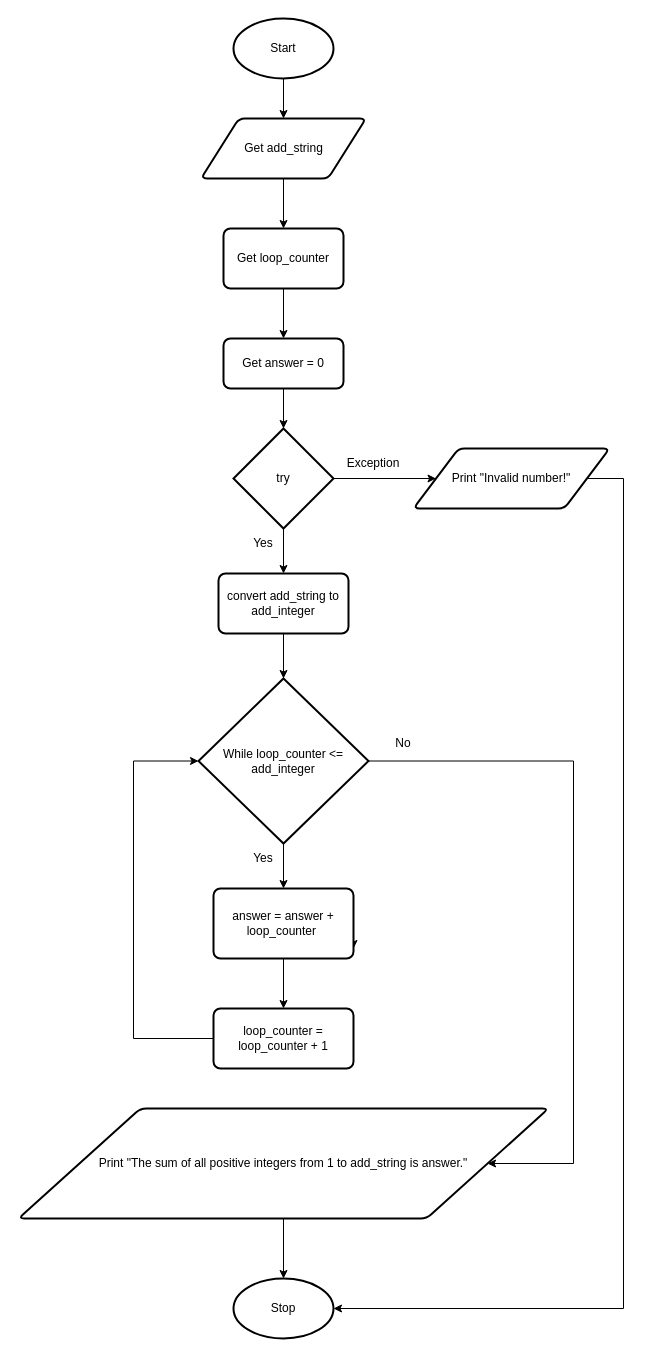
Yiyun-Qin/ICS3U-Unit4-03-Python keeps this draw.io diagram as design.flowchart.drawio. Above is the earlier version. Source tidied: cells renumbered, new cells numbered last; positions are measured from the earlier drawing's top-left corner, leaving out a move shared by most shapes. Both pictures are drawn from the tidied source at 100%, with x=0, y=0 at pixel (18, 18).
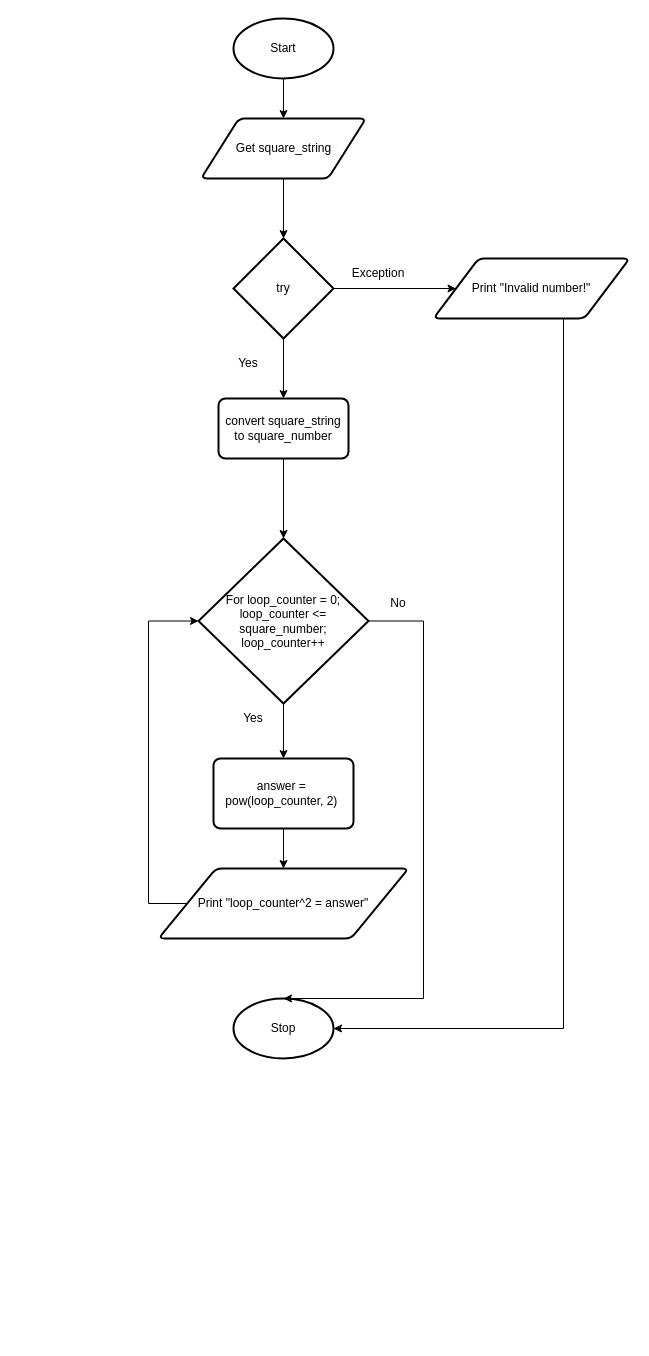
After the change.

Diff of the diagram source:
```diff
@@
-    <mxCell id="4" style="edgeStyle=none;html=1;exitX=0.5;exitY=1;exitDx=0;exitDy=0;entryX=0.5;entryY=0;entryDx=0;entryDy=0;" parent="1" edge="1" source="5" target="24">
-      <mxGeometry relative="1" as="geometry" />
-    </mxCell>
+    <mxCell id="32" style="edgeStyle=none;html=1;exitX=0.5;exitY=1;exitDx=0;exitDy=0;entryX=0.5;entryY=0;entryDx=0;entryDy=0;entryPerimeter=0;" parent="1" edge="1" source="5" target="11">
+      <mxGeometry relative="1" as="geometry" />
+    </mxCell>
-    <mxCell id="5" value="Get add_string" style="shape=parallelogram;html=1;strokeWidth=2;perimeter=parallelogramPerimeter;whiteSpace=wrap;rounded=1;arcSize=12;size=0.23;" parent="1" vertex="1">
+    <mxCell id="5" value="Get square_string" style="shape=parallelogram;html=1;strokeWidth=2;perimeter=parallelogramPerimeter;whiteSpace=wrap;rounded=1;arcSize=12;size=0.23;" parent="1" vertex="1">
       <mxGeometry x="182.5" y="100" width="165" height="60" as="geometry" />
     </mxCell>
     <mxCell id="6" value="Stop" style="strokeWidth=2;html=1;shape=mxgraph.flowchart.start_1;whiteSpace=wrap;" parent="1" vertex="1">
-      <mxGeometry x="215" y="1260" width="100" height="60" as="geometry" />
+      <mxGeometry x="215" y="980" width="100" height="60" as="geometry" />
     </mxCell>
     <mxCell id="7" value="Yes" style="text;html=1;strokeColor=none;fillColor=none;align=center;verticalAlign=middle;whiteSpace=wrap;rounded=0;" parent="1" vertex="1">
-      <mxGeometry x="215" y="510" width="60" height="30" as="geometry" />
+      <mxGeometry x="200" y="330" width="60" height="30" as="geometry" />
     </mxCell>
-    <mxCell id="8" value="No" style="text;html=1;strokeColor=none;fillColor=none;align=center;verticalAlign=middle;whiteSpace=wrap;rounded=0;" parent="1" vertex="1">
-      <mxGeometry x="355" y="710" width="60" height="30" as="geometry" />
-    </mxCell>
@@
     <mxCell id="11" value="try" style="strokeWidth=2;html=1;shape=mxgraph.flowchart.decision;whiteSpace=wrap;" parent="1" vertex="1">
-      <mxGeometry x="215" y="410" width="100" height="100" as="geometry" />
+      <mxGeometry x="215" y="220" width="100" height="100" as="geometry" />
     </mxCell>
@@
-    <mxCell id="13" value="convert add_string to add_integer" style="rounded=1;whiteSpace=wrap;html=1;absoluteArcSize=1;arcSize=14;strokeWidth=2;" parent="1" vertex="1">
-      <mxGeometry x="200" y="555" width="130" height="60" as="geometry" />
+    <mxCell id="13" value="convert square_string to square_number" style="rounded=1;whiteSpace=wrap;html=1;absoluteArcSize=1;arcSize=14;strokeWidth=2;" parent="1" vertex="1">
+      <mxGeometry x="200" y="380" width="130" height="60" as="geometry" />
     </mxCell>
-    <mxCell id="14" style="edgeStyle=orthogonalEdgeStyle;html=1;exitX=1;exitY=0.5;exitDx=0;exitDy=0;entryX=1;entryY=0.5;entryDx=0;entryDy=0;entryPerimeter=0;rounded=0;" parent="1" edge="1" source="15" target="6">
+    <mxCell id="14" style="edgeStyle=orthogonalEdgeStyle;rounded=0;html=1;exitX=1;exitY=0.5;exitDx=0;exitDy=0;entryX=1;entryY=0.5;entryDx=0;entryDy=0;entryPerimeter=0;" parent="1" edge="1" source="15" target="6">
       <mxGeometry relative="1" as="geometry">
         <Array as="points">
-          <mxPoint x="605" y="460" />
-          <mxPoint x="605" y="1290" />
+          <mxPoint x="545" y="270" />
+          <mxPoint x="545" y="1010" />
         </Array>
       </mxGeometry>
     </mxCell>
     <mxCell id="15" value="Print &quot;Invalid number!&quot;" style="shape=parallelogram;html=1;strokeWidth=2;perimeter=parallelogramPerimeter;whiteSpace=wrap;rounded=1;arcSize=12;size=0.23;" parent="1" vertex="1">
-      <mxGeometry x="395" y="430" width="196" height="60" as="geometry" />
+      <mxGeometry x="415" y="240" width="196" height="60" as="geometry" />
     </mxCell>
     <mxCell id="16" value="Exception" style="text;html=1;strokeColor=none;fillColor=none;align=center;verticalAlign=middle;whiteSpace=wrap;rounded=0;" parent="1" vertex="1">
-      <mxGeometry x="325" y="430" width="60" height="30" as="geometry" />
+      <mxGeometry x="330" y="240" width="60" height="30" as="geometry" />
     </mxCell>
@@
-    <mxCell id="18" style="edgeStyle=orthogonalEdgeStyle;rounded=0;html=1;exitX=1;exitY=0.5;exitDx=0;exitDy=0;exitPerimeter=0;entryX=1;entryY=0.5;entryDx=0;entryDy=0;" parent="1" edge="1" source="19" target="31">
-      <mxGeometry relative="1" as="geometry">
-        <Array as="points">
-          <mxPoint x="555" y="743" />
-          <mxPoint x="555" y="1145" />
-        </Array>
-      </mxGeometry>
-    </mxCell>
+    <mxCell id="33" style="edgeStyle=orthogonalEdgeStyle;rounded=0;html=1;exitX=1;exitY=0.5;exitDx=0;exitDy=0;exitPerimeter=0;entryX=0.5;entryY=0;entryDx=0;entryDy=0;entryPerimeter=0;" parent="1" edge="1" source="19" target="6">
+      <mxGeometry relative="1" as="geometry">
+        <Array as="points">
+          <mxPoint x="405" y="603" />
+          <mxPoint x="405" y="980" />
+        </Array>
+      </mxGeometry>
+    </mxCell>
-    <mxCell id="19" value="While loop_counter &amp;lt;= add_integer" style="strokeWidth=2;html=1;shape=mxgraph.flowchart.decision;whiteSpace=wrap;" parent="1" vertex="1">
-      <mxGeometry x="180" y="660" width="170" height="165" as="geometry" />
+    <mxCell id="19" value="For loop_counter = 0; loop_counter &amp;lt;= square_number; loop_counter++" style="strokeWidth=2;html=1;shape=mxgraph.flowchart.decision;whiteSpace=wrap;" parent="1" vertex="1">
+      <mxGeometry x="180" y="520" width="170" height="165" as="geometry" />
     </mxCell>
-    <mxCell id="20" style="edgeStyle=none;html=1;exitX=1;exitY=0.75;exitDx=0;exitDy=0;" parent="1" edge="1" source="22">
-      <mxGeometry relative="1" as="geometry">
-        <mxPoint x="335" y="930" as="targetPoint" />
-      </mxGeometry>
-    </mxCell>
-    <mxCell id="21" style="edgeStyle=none;html=1;exitX=0.5;exitY=1;exitDx=0;exitDy=0;entryX=0.5;entryY=0;entryDx=0;entryDy=0;" parent="1" edge="1" source="22" target="28">
-      <mxGeometry relative="1" as="geometry" />
-    </mxCell>
+    <mxCell id="34" style="edgeStyle=orthogonalEdgeStyle;rounded=0;html=1;exitX=0.5;exitY=1;exitDx=0;exitDy=0;entryX=0.5;entryY=0;entryDx=0;entryDy=0;" parent="1" edge="1" source="22" target="36">
+      <mxGeometry relative="1" as="geometry" />
+    </mxCell>
-    <mxCell id="22" value="answer = answer + loop_counter&amp;nbsp;" style="rounded=1;whiteSpace=wrap;html=1;absoluteArcSize=1;arcSize=14;strokeWidth=2;" parent="1" vertex="1">
-      <mxGeometry x="195" y="870" width="140" height="70" as="geometry" />
+    <mxCell id="22" value="answer =&amp;nbsp; pow(loop_counter, 2)&amp;nbsp;" style="rounded=1;whiteSpace=wrap;html=1;absoluteArcSize=1;arcSize=14;strokeWidth=2;" parent="1" vertex="1">
+      <mxGeometry x="195" y="740" width="140" height="70" as="geometry" />
     </mxCell>
-    <mxCell id="23" style="edgeStyle=none;html=1;exitX=0.5;exitY=1;exitDx=0;exitDy=0;entryX=0.5;entryY=0;entryDx=0;entryDy=0;" parent="1" edge="1" source="24" target="26">
-      <mxGeometry relative="1" as="geometry" />
-    </mxCell>
-    <mxCell id="24" value="Get loop_counter" style="rounded=1;whiteSpace=wrap;html=1;absoluteArcSize=1;arcSize=14;strokeWidth=2;" parent="1" vertex="1">
-      <mxGeometry x="205" y="210" width="120" height="60" as="geometry" />
-    </mxCell>
-    <mxCell id="25" style="edgeStyle=none;html=1;exitX=0.5;exitY=1;exitDx=0;exitDy=0;entryX=0.5;entryY=0;entryDx=0;entryDy=0;entryPerimeter=0;" parent="1" edge="1" source="26" target="11">
-      <mxGeometry relative="1" as="geometry" />
-    </mxCell>
-    <mxCell id="26" value="Get answer = 0" style="rounded=1;whiteSpace=wrap;html=1;absoluteArcSize=1;arcSize=14;strokeWidth=2;" parent="1" vertex="1">
-      <mxGeometry x="205" y="320" width="120" height="50" as="geometry" />
-    </mxCell>
-    <mxCell id="27" style="edgeStyle=orthogonalEdgeStyle;html=1;exitX=0;exitY=0.5;exitDx=0;exitDy=0;entryX=0;entryY=0.5;entryDx=0;entryDy=0;entryPerimeter=0;rounded=0;" parent="1" edge="1" source="28" target="19">
-      <mxGeometry relative="1" as="geometry">
-        <Array as="points">
-          <mxPoint x="115" y="1020" />
-          <mxPoint x="115" y="743" />
-        </Array>
-      </mxGeometry>
-    </mxCell>
-    <mxCell id="28" value="loop_counter = loop_counter + 1" style="rounded=1;whiteSpace=wrap;html=1;absoluteArcSize=1;arcSize=14;strokeWidth=2;" parent="1" vertex="1">
-      <mxGeometry x="195" y="990" width="140" height="60" as="geometry" />
-    </mxCell>
     <mxCell id="29" value="Yes" style="text;html=1;strokeColor=none;fillColor=none;align=center;verticalAlign=middle;whiteSpace=wrap;rounded=0;" parent="1" vertex="1">
-      <mxGeometry x="215" y="825" width="60" height="30" as="geometry" />
+      <mxGeometry x="205" y="685" width="60" height="30" as="geometry" />
     </mxCell>
-    <mxCell id="30" style="edgeStyle=orthogonalEdgeStyle;rounded=0;html=1;exitX=0.5;exitY=1;exitDx=0;exitDy=0;entryX=0.5;entryY=0;entryDx=0;entryDy=0;entryPerimeter=0;" parent="1" edge="1" source="31" target="6">
-      <mxGeometry relative="1" as="geometry" />
-    </mxCell>
-    <mxCell id="31" value="Print &quot;The sum of all positive integers from 1 to add_string is answer.&quot;" style="shape=parallelogram;html=1;strokeWidth=2;perimeter=parallelogramPerimeter;whiteSpace=wrap;rounded=1;arcSize=12;size=0.23;" parent="1" vertex="1">
-      <mxGeometry y="1090" width="530" height="110" as="geometry" />
-    </mxCell>
+    <mxCell id="35" style="edgeStyle=orthogonalEdgeStyle;rounded=0;html=1;exitX=0;exitY=0.5;exitDx=0;exitDy=0;entryX=0;entryY=0.5;entryDx=0;entryDy=0;entryPerimeter=0;" parent="1" edge="1" source="36" target="19">
+      <mxGeometry relative="1" as="geometry">
+        <Array as="points">
+          <mxPoint x="130" y="885" />
+          <mxPoint x="130" y="603" />
+        </Array>
+      </mxGeometry>
+    </mxCell>
+    <mxCell id="36" value="&lt;span style=&quot;white-space: normal&quot;&gt;Print &quot;loop_counter^2 = answer&quot;&lt;/span&gt;" style="shape=parallelogram;html=1;strokeWidth=2;perimeter=parallelogramPerimeter;whiteSpace=wrap;rounded=1;arcSize=12;size=0.23;" parent="1" vertex="1">
+      <mxGeometry x="140" y="850" width="250" height="70" as="geometry" />
+    </mxCell>
+    <mxCell id="8" value="No" style="text;html=1;strokeColor=none;fillColor=none;align=center;verticalAlign=middle;whiteSpace=wrap;rounded=0;" parent="1" vertex="1">
+      <mxGeometry x="350" y="570" width="60" height="30" as="geometry" />
+    </mxCell>
```
